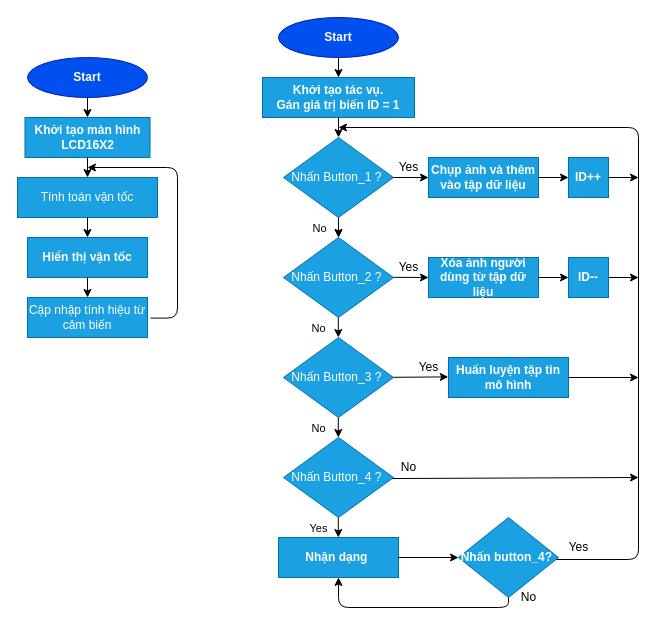
Before: page "Page-3" (3 of 4) of Untitled Diagram.drawio in truongvanthinh/AutonomousCar, a draw.io diagram. Source tidied: cells renumbered, new cells numbered last; positions are measured from the earlier drawing's top-left corner, leaving out a move shared by most shapes. Both pictures are drawn from the tidied source at 100%, with x=0, y=0 at pixel (17, 17).
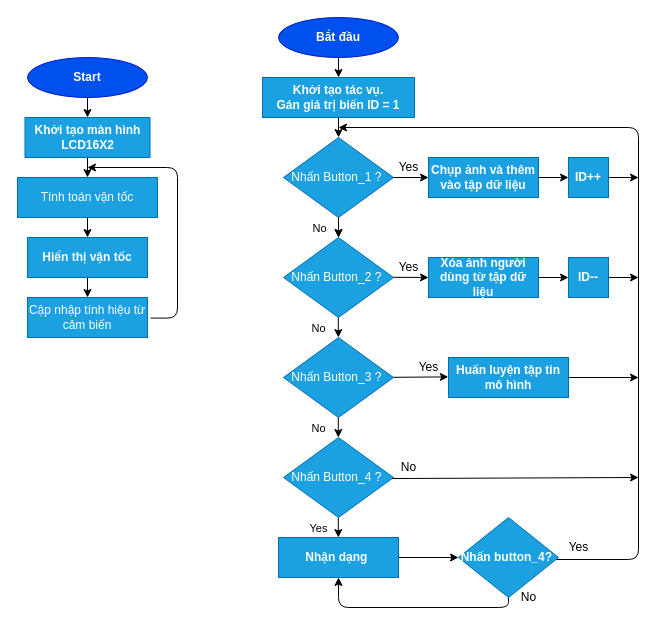
After the change.

The edit, as a diff of the source:
```diff
@@
-    <mxCell id="12" value="&lt;b&gt;Start&lt;/b&gt;" style="ellipse;whiteSpace=wrap;html=1;fillColor=#0050ef;strokeColor=#001DBC;fontColor=#ffffff;" parent="1" vertex="1">
+    <mxCell id="12" value="&lt;b&gt;Bắt đầu&lt;/b&gt;" style="ellipse;whiteSpace=wrap;html=1;fillColor=#0050ef;strokeColor=#001DBC;fontColor=#ffffff;" parent="1" vertex="1">
       <mxGeometry x="261" width="120" height="40" as="geometry" />
     </mxCell>
```
